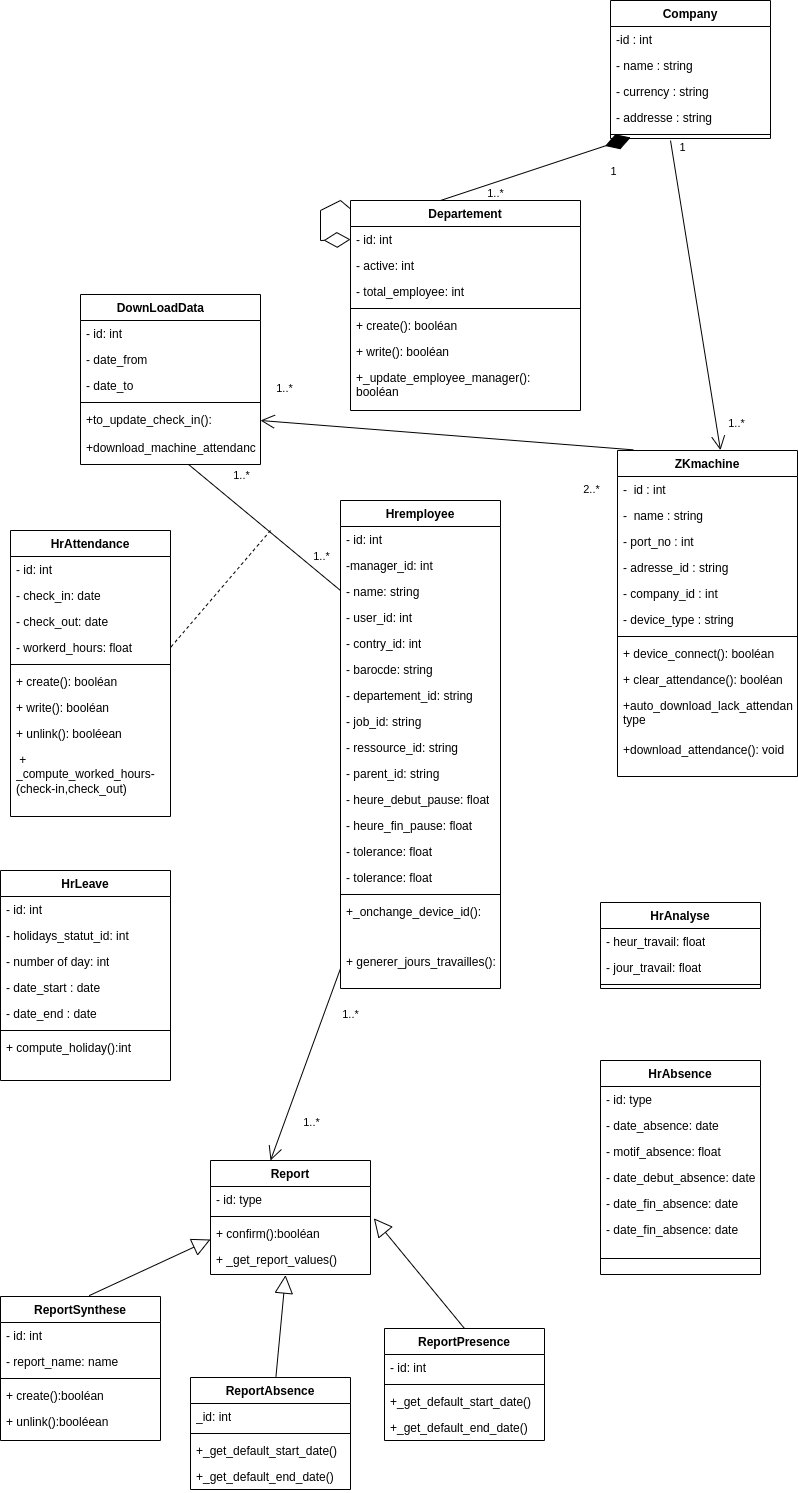
Siluearsene/borne_biometrique keeps this draw.io diagram as static/Diagramme de classe.drawio.png. Above is the earlier version. Source tidied: cells renumbered, new cells last; positions are measured from the earlier drawing's top-left corner, leaving out a move shared by most shapes.
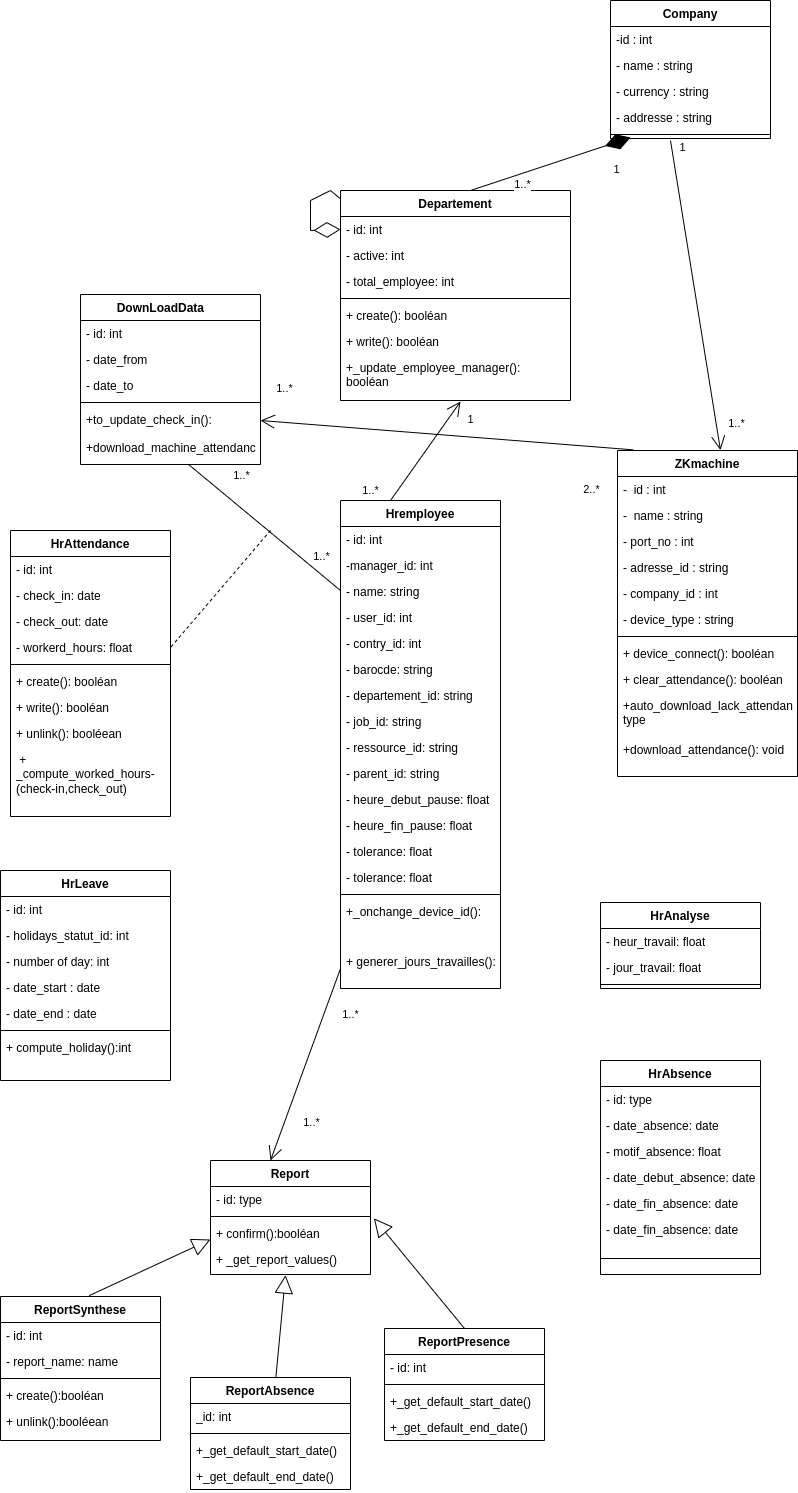
After the commit.

Commit message:
Mettre à jour Diagramme de classe.drawio.png

Change to the diagram source:
```diff
@@ -252,7 +252,7 @@
       <mxGeometry y="86" width="160" height="26" as="geometry" />
     </mxCell>
     <mxCell id="85" value="Departement" style="swimlane;fontStyle=1;align=center;verticalAlign=top;horizontal=1;startSize=26;whiteSpace=wrap;html=1;" parent="1" vertex="1">
-      <mxGeometry x="350" y="200" width="230" height="210" as="geometry" />
+      <mxGeometry x="340" y="190" width="230" height="210" as="geometry" />
     </mxCell>
     <mxCell id="86" value="- id: int" style="text;strokeColor=none;fillColor=none;align=left;verticalAlign=top;spacingLeft=4;spacingRight=4;overflow=hidden;points=[[0,0.5],[1,0.5]];portConstraint=eastwest;whiteSpace=wrap;html=1;" parent="85" vertex="1">
       <mxGeometry y="26" width="230" height="26" as="geometry" />
@@ -328,7 +328,7 @@
     </mxCell>
     <mxCell id="108" style="endArrow=diamondThin;endFill=1;endSize=24;html=1;rounded=0;entryX=0.126;entryY=0.875;entryDx=0;entryDy=0;entryPerimeter=0;" parent="1" edge="1" target="99">
       <mxGeometry relative="1" as="geometry">
-        <mxPoint x="440" y="200" as="sourcePoint" />
+        <mxPoint x="470" y="190" as="sourcePoint" />
       </mxGeometry>
     </mxCell>
     <mxCell id="109" value="1" style="edgeLabel;html=1;align=center;verticalAlign=middle;" parent="108" vertex="1">
@@ -400,5 +400,20 @@
         <mxPoint x="25" as="offset" />
       </mxGeometry>
     </mxCell>
+    <mxCell id="124" style="endArrow=open;endFill=1;endSize=12;html=1;rounded=0;entryX=0.522;entryY=1.022;entryDx=0;entryDy=0;entryPerimeter=0;" parent="1" edge="1" target="92">
+      <mxGeometry relative="1" as="geometry">
+        <mxPoint x="390" y="500" as="sourcePoint" />
+      </mxGeometry>
+    </mxCell>
+    <mxCell id="125" value="1..*" style="edgeLabel;html=1;align=center;verticalAlign=middle;" parent="124" vertex="1">
+      <mxGeometry x="-0.74" y="4" relative="1" as="geometry">
+        <mxPoint x="-26" y="5" as="offset" />
+      </mxGeometry>
+    </mxCell>
+    <mxCell id="126" value="1" style="edgeLabel;html=1;align=center;verticalAlign=middle;" parent="124" vertex="1">
+      <mxGeometry x="0.66" relative="1" as="geometry">
+        <mxPoint x="22" as="offset" />
+      </mxGeometry>
+    </mxCell>
   </root>
 </mxGraphModel>
```
